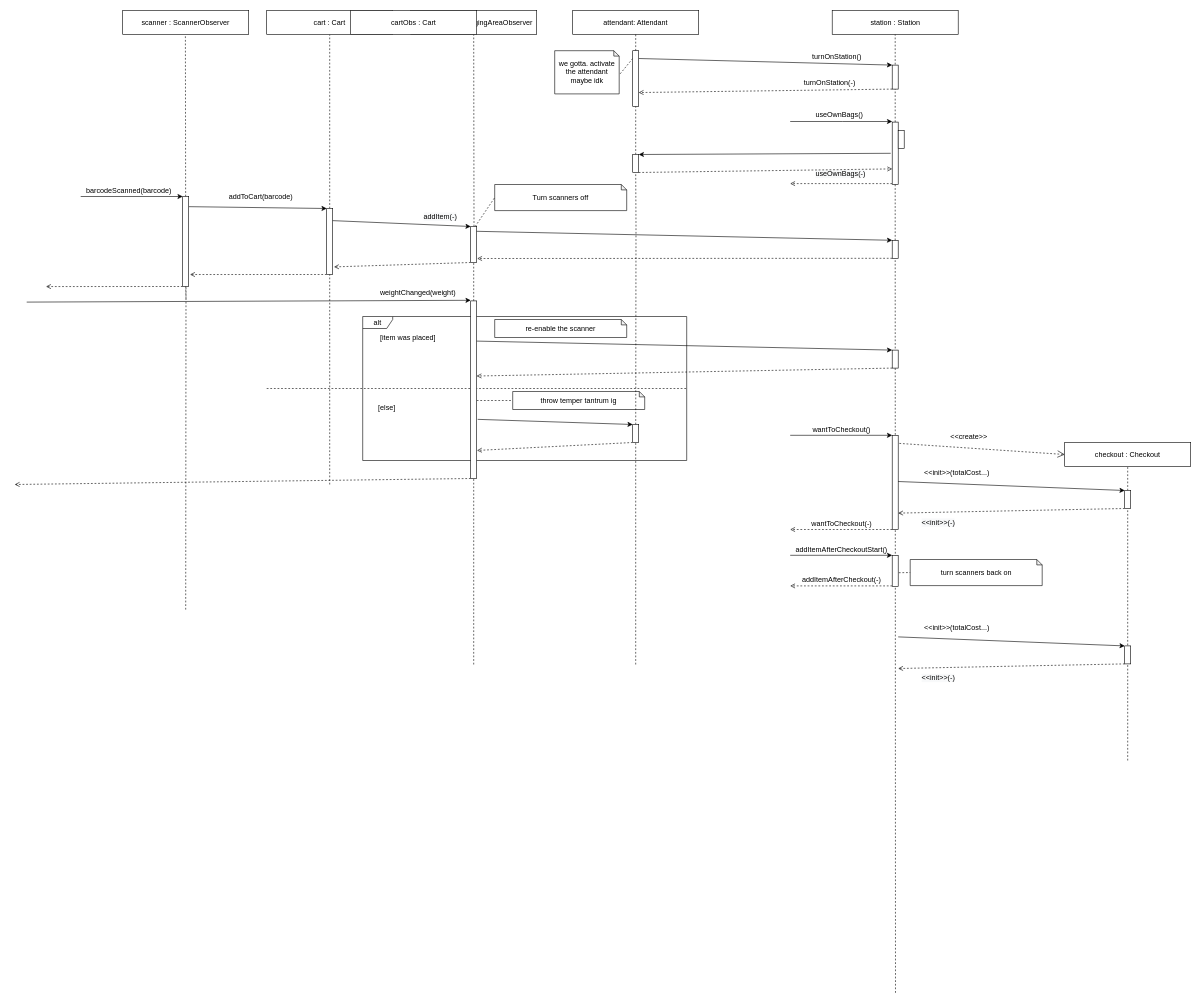
Before: page "GeneralSystem" (1 of 2) of Diagrams/SequenceDiagrams/SequenceDiagrams.drawio in adam-25/Self-Checkout-System, a draw.io diagram. Source tidied: cells renumbered, new cells numbered last; positions are measured from the earlier drawing's top-left corner, leaving out a move shared by most shapes. Both pictures are drawn from the tidied source at 60%, with x=0, y=0 at pixel (14, 10).
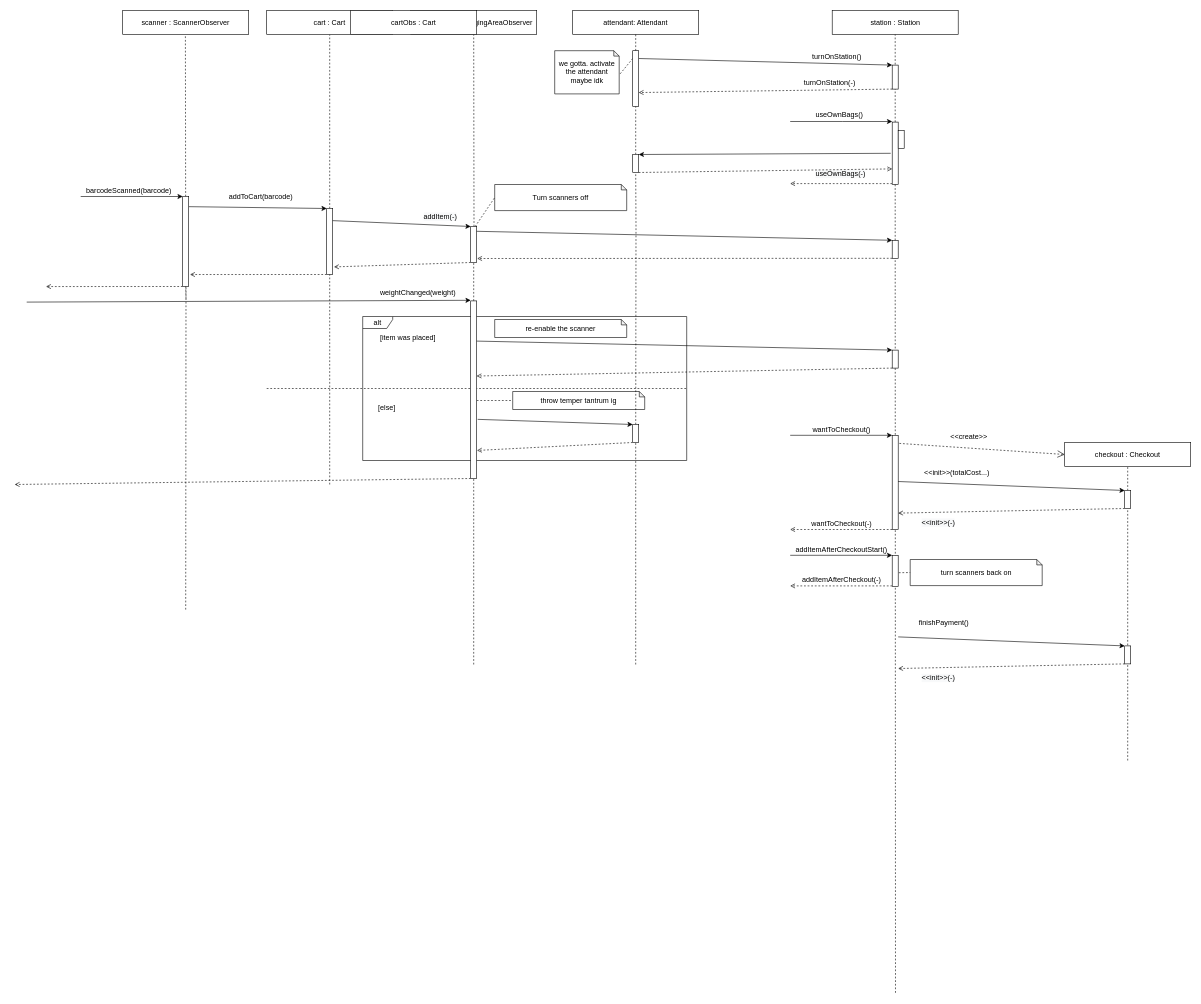
The same page after the edit.

What changed in the source:
```diff
@@
-    <mxCell id="100" value="&amp;lt;&amp;lt;init&amp;gt;&amp;gt;(totalCost...)" style="text;html=1;align=center;verticalAlign=middle;strokeColor=none;fillColor=none;" parent="1" vertex="1">
-      <mxGeometry x="1510" y="1019" width="120" height="20" as="geometry" />
-    </mxCell>
@@
+    <mxCell id="103" value="finishPayment()&amp;nbsp;" style="text;html=1;align=center;verticalAlign=middle;strokeColor=none;fillColor=none;" parent="1" vertex="1">
+      <mxGeometry x="1500" y="1010" width="100" height="20" as="geometry" />
+    </mxCell>
```
